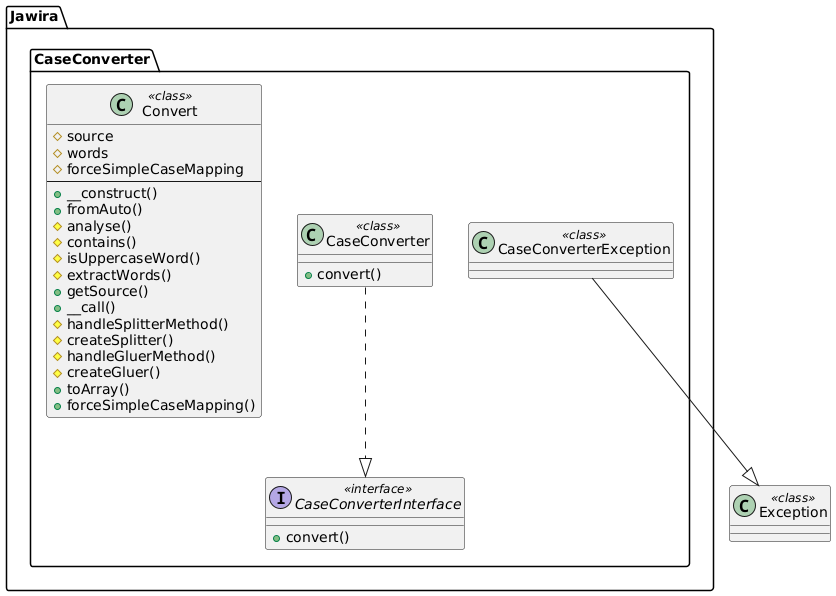
jawira/case-converter keeps this PlantUML diagram as docs/images/uml-case-converter.png. Above is the earlier version.
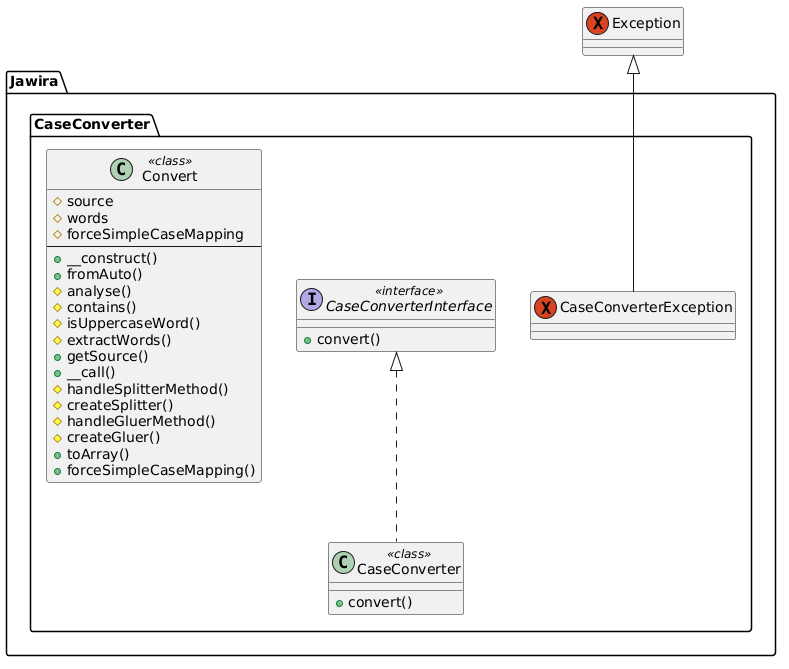
Later version of the same file.

Diff of the diagram source:
```diff
@@ -1,6 +1,6 @@
 @startuml
 namespace Jawira.CaseConverter  {
-	class CaseConverterException << class >> {
+	exception CaseConverterException {
 	}
 	interface CaseConverterInterface << interface >> {
 		+convert()
@@ -29,8 +29,8 @@
 		+forceSimpleCaseMapping()
 	}
 }
-	class Exception << class >> {
+	exception Exception {
 	}
-Jawira.CaseConverter.CaseConverterException --|> Exception
-Jawira.CaseConverter.CaseConverter ..|> Jawira.CaseConverter.CaseConverterInterface
+Exception <|-- Jawira.CaseConverter.CaseConverterException
+Jawira.CaseConverter.CaseConverterInterface <|.. Jawira.CaseConverter.CaseConverter
 @enduml
```
